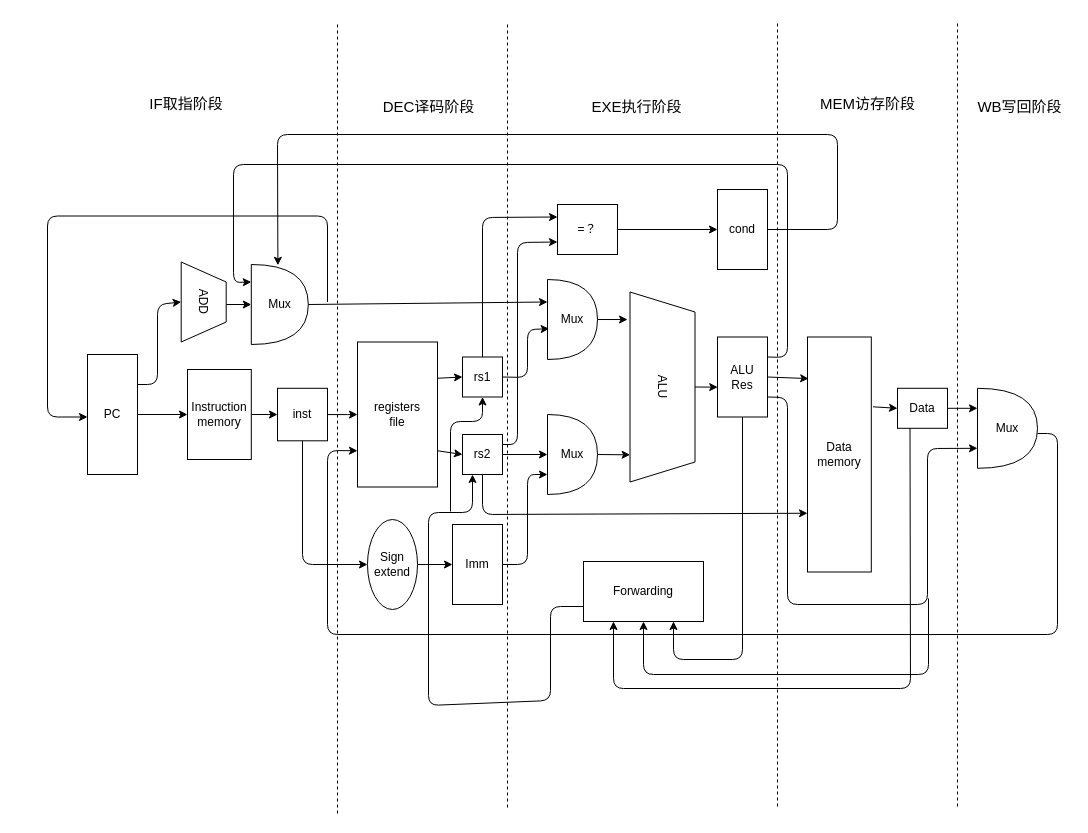
Earlier version of the draw.io diagram processor2.drawio (Ziyue-Zhang/thesis-picture). Source tidied: cells renumbered, new cells numbered last; positions are measured from the earlier drawing's top-left corner, leaving out a move shared by most shapes. Both pictures are drawn from the tidied source at 100%, with x=0, y=0 at pixel (47, 23).
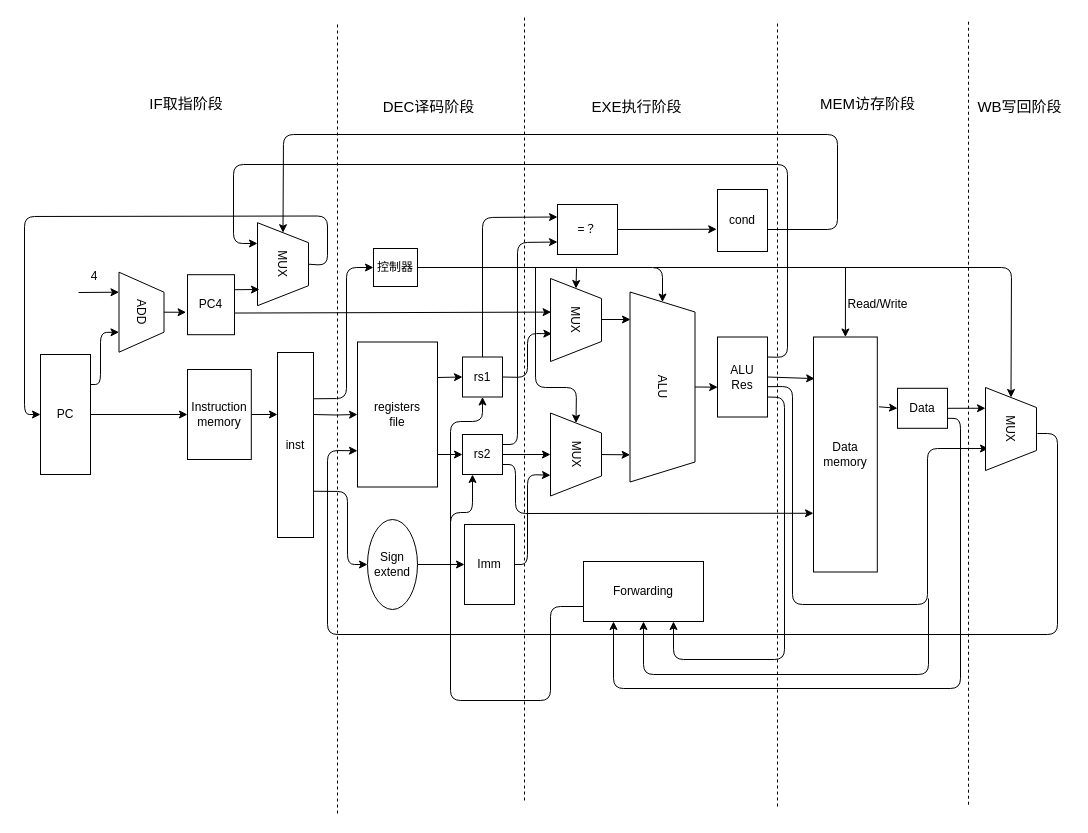
After the change.

Unchanged cells that the change refers to:
```xml
<mxCell id="5" value="Instruction&lt;br&gt;memory" style="rounded=0;whiteSpace=wrap;html=1;" parent="1" vertex="1">
  <mxGeometry x="140" y="346" width="63.8" height="90" as="geometry" />
</mxCell>
<mxCell id="8" value="registers&lt;br&gt;file" style="rounded=0;whiteSpace=wrap;html=1;" parent="1" vertex="1">
  <mxGeometry x="310" y="318.5" width="80" height="145" as="geometry" />
</mxCell>
<mxCell id="9" value="rs1" style="rounded=0;whiteSpace=wrap;html=1;" parent="1" vertex="1">
  <mxGeometry x="415" y="333.5" width="40" height="40" as="geometry" />
</mxCell>
<mxCell id="10" value="rs2" style="rounded=0;whiteSpace=wrap;html=1;" parent="1" vertex="1">
  <mxGeometry x="415" y="411" width="40" height="40" as="geometry" />
</mxCell>
<mxCell id="13" value="ALU" style="shape=trapezoid;perimeter=trapezoidPerimeter;whiteSpace=wrap;html=1;fixedSize=1;rotation=90;" parent="1" vertex="1">
  <mxGeometry x="520" y="331" width="190" height="65" as="geometry" />
</mxCell>
<mxCell id="14" value="=？" style="rounded=0;whiteSpace=wrap;html=1;" parent="1" vertex="1">
  <mxGeometry x="510" y="181" width="60" height="50" as="geometry" />
</mxCell>
<mxCell id="16" value="ALU&lt;br&gt;Res" style="rounded=0;whiteSpace=wrap;html=1;" parent="1" vertex="1">
  <mxGeometry x="670" y="313.5" width="50" height="80" as="geometry" />
</mxCell>
<mxCell id="18" value="Data" style="rounded=0;whiteSpace=wrap;html=1;" parent="1" vertex="1">
  <mxGeometry x="850" y="364.8" width="50" height="40" as="geometry" />
</mxCell>
<mxCell id="21" value="Sign&lt;br&gt;extend" style="ellipse;whiteSpace=wrap;html=1;" parent="1" vertex="1">
  <mxGeometry x="320" y="496" width="50" height="90" as="geometry" />
</mxCell>
<mxCell id="52" value="Forwarding" style="rounded=0;whiteSpace=wrap;html=1;" parent="1" vertex="1">
  <mxGeometry x="536" y="538" width="120" height="60" as="geometry" />
</mxCell>
```

Change to the diagram source:
```diff
@@
     <mxCell id="3" value="PC" style="rounded=0;whiteSpace=wrap;html=1;" parent="1" vertex="1">
-      <mxGeometry x="40" y="331" width="50" height="120" as="geometry" />
+      <mxGeometry x="-7" y="331" width="50" height="120" as="geometry" />
     </mxCell>
     <mxCell id="4" value="ADD" style="shape=trapezoid;perimeter=trapezoidPerimeter;whiteSpace=wrap;html=1;fixedSize=1;rotation=90;" parent="1" vertex="1">
-      <mxGeometry x="116.2" y="256" width="80" height="45" as="geometry" />
+      <mxGeometry x="54" y="266.2" width="80" height="45" as="geometry" />
     </mxCell>
@@
-    <mxCell id="6" style="edgeStyle=orthogonalEdgeStyle;rounded=0;jettySize=auto;html=1;exitX=1;exitY=0.5;exitDx=0;exitDy=0;" parent="1" edge="1" source="7" target="8">
-      <mxGeometry relative="1" as="geometry" />
+    <mxCell id="6" style="edgeStyle=orthogonalEdgeStyle;rounded=0;jettySize=auto;html=1;" parent="1" edge="1" target="8">
+      <mxGeometry relative="1" as="geometry">
+        <mxPoint x="266" y="391" as="sourcePoint" />
+      </mxGeometry>
     </mxCell>
     <mxCell id="7" value="inst" style="rounded=0;whiteSpace=wrap;html=1;" parent="1" vertex="1">
-      <mxGeometry x="230" y="364.8" width="50" height="52.5" as="geometry" />
+      <mxGeometry x="230" y="329" width="36" height="185" as="geometry" />
     </mxCell>
@@
-    <mxCell id="11" value="Mux" style="shape=or;whiteSpace=wrap;html=1;" parent="1" vertex="1">
-      <mxGeometry x="500" y="256" width="50" height="80" as="geometry" />
-    </mxCell>
-    <mxCell id="12" value="Mux" style="shape=or;whiteSpace=wrap;html=1;" parent="1" vertex="1">
-      <mxGeometry x="500" y="391" width="50" height="80" as="geometry" />
-    </mxCell>
@@
     <mxCell id="15" value="cond" style="rounded=0;whiteSpace=wrap;html=1;" parent="1" vertex="1">
-      <mxGeometry x="670" y="166" width="50" height="80" as="geometry" />
+      <mxGeometry x="670" y="166" width="50" height="62" as="geometry" />
     </mxCell>
@@
     <mxCell id="17" value="Data&lt;br&gt;memory" style="rounded=0;whiteSpace=wrap;html=1;" parent="1" vertex="1">
-      <mxGeometry x="760" y="313.5" width="63.8" height="235" as="geometry" />
+      <mxGeometry x="766" y="313.5" width="63.8" height="235" as="geometry" />
     </mxCell>
@@
-    <mxCell id="19" value="Mux" style="shape=or;whiteSpace=wrap;html=1;" parent="1" vertex="1">
-      <mxGeometry x="930" y="364.8" width="60" height="80" as="geometry" />
-    </mxCell>
     <mxCell id="20" value="Imm" style="rounded=0;whiteSpace=wrap;html=1;" parent="1" vertex="1">
-      <mxGeometry x="405" y="501" width="50" height="80" as="geometry" />
+      <mxGeometry x="417" y="501" width="50" height="80" as="geometry" />
     </mxCell>
@@
-    <mxCell id="22" style="endArrow=classic;html=1;exitX=0.5;exitY=1;exitDx=0;exitDy=0;entryX=0;entryY=0.5;entryDx=0;entryDy=0;" parent="1" edge="1" source="7" target="21">
+    <mxCell id="22" style="endArrow=classic;html=1;exitX=1;exitY=0.75;exitDx=0;exitDy=0;entryX=0;entryY=0.5;entryDx=0;entryDy=0;" parent="1" edge="1" source="7" target="21">
       <mxGeometry relative="1" as="geometry">
         <Array as="points">
-          <mxPoint x="255" y="541" />
+          <mxPoint x="300" y="468" />
+          <mxPoint x="300" y="541" />
         </Array>
       </mxGeometry>
     </mxCell>
-    <mxCell id="23" style="endArrow=classic;html=1;exitX=1;exitY=0.75;exitDx=0;exitDy=0;entryX=0;entryY=0.5;entryDx=0;entryDy=0;" parent="1" edge="1" source="8" target="10">
-      <mxGeometry relative="1" as="geometry" />
+    <mxCell id="23" style="endArrow=classic;html=1;entryX=0;entryY=0.5;entryDx=0;entryDy=0;" parent="1" edge="1" target="10">
+      <mxGeometry relative="1" as="geometry">
+        <mxPoint x="390" y="431" as="sourcePoint" />
+      </mxGeometry>
     </mxCell>
-    <mxCell id="24" style="endArrow=classic;html=1;entryX=0.5;entryY=1;entryDx=0;entryDy=0;exitX=1;exitY=0.25;exitDx=0;exitDy=0;" parent="1" edge="1" source="3" target="4">
+    <mxCell id="24" style="endArrow=classic;html=1;entryX=0.75;entryY=1;entryDx=0;entryDy=0;exitX=1;exitY=0.25;exitDx=0;exitDy=0;" parent="1" edge="1" source="3" target="4">
       <mxGeometry relative="1" as="geometry">
         <Array as="points">
-          <mxPoint x="110" y="361" />
-          <mxPoint x="110" y="281" />
+          <mxPoint x="53" y="361" />
+          <mxPoint x="53" y="309" />
         </Array>
       </mxGeometry>
     </mxCell>
-    <mxCell id="25" style="endArrow=classic;html=1;exitX=1;exitY=0.5;exitDx=0;exitDy=0;entryX=0;entryY=0.5;entryDx=0;entryDy=0;" parent="1" edge="1" source="5" target="7">
-      <mxGeometry relative="1" as="geometry" />
+    <mxCell id="25" style="endArrow=classic;html=1;exitX=1;exitY=0.5;exitDx=0;exitDy=0;" parent="1" edge="1" source="5">
+      <mxGeometry relative="1" as="geometry">
+        <mxPoint x="230" y="391" as="targetPoint" />
+      </mxGeometry>
     </mxCell>
-    <mxCell id="26" style="endArrow=classic;html=1;exitX=1;exitY=0.25;exitDx=0;exitDy=0;entryX=0;entryY=0.5;entryDx=0;entryDy=0;" parent="1" edge="1" source="8" target="9">
-      <mxGeometry relative="1" as="geometry" />
+    <mxCell id="26" style="endArrow=classic;html=1;entryX=0;entryY=0.5;entryDx=0;entryDy=0;" parent="1" edge="1" target="9">
+      <mxGeometry relative="1" as="geometry">
+        <mxPoint x="390" y="354" as="sourcePoint" />
+      </mxGeometry>
     </mxCell>
@@
-    <mxCell id="28" style="endArrow=classic;html=1;exitX=1;exitY=0.5;exitDx=0;exitDy=0;entryX=0;entryY=0.75;entryDx=0;entryDy=0;entryPerimeter=0;" parent="1" edge="1" source="20" target="12">
+    <mxCell id="28" style="endArrow=classic;html=1;exitX=1;exitY=0.5;exitDx=0;exitDy=0;entryX=0.75;entryY=1;entryDx=0;entryDy=0;" parent="1" edge="1" source="20" target="75">
       <mxGeometry relative="1" as="geometry">
         <Array as="points">
           <mxPoint x="480" y="541" />
           <mxPoint x="480" y="451" />
         </Array>
       </mxGeometry>
     </mxCell>
-    <mxCell id="29" style="endArrow=classic;html=1;exitX=1;exitY=0.5;exitDx=0;exitDy=0;entryX=0;entryY=0.5;entryDx=0;entryDy=0;entryPerimeter=0;" parent="1" edge="1" source="10" target="12">
+    <mxCell id="29" style="endArrow=classic;html=1;exitX=1;exitY=0.5;exitDx=0;exitDy=0;entryX=0.5;entryY=1;entryDx=0;entryDy=0;" parent="1" edge="1" source="10" target="75">
       <mxGeometry relative="1" as="geometry" />
     </mxCell>
-    <mxCell id="30" style="endArrow=classic;html=1;exitX=1;exitY=0.5;exitDx=0;exitDy=0;exitPerimeter=0;entryX=0.145;entryY=1.038;entryDx=0;entryDy=0;entryPerimeter=0;" parent="1" edge="1" source="11" target="13">
-      <mxGeometry relative="1" as="geometry" />
+    <mxCell id="30" style="endArrow=classic;html=1;exitX=1;exitY=0.5;exitDx=0;exitDy=0;exitPerimeter=0;" parent="1" edge="1">
+      <mxGeometry relative="1" as="geometry">
+        <mxPoint x="553" y="296" as="sourcePoint" />
+        <mxPoint x="583" y="296" as="targetPoint" />
+      </mxGeometry>
     </mxCell>
-    <mxCell id="31" style="endArrow=classic;html=1;exitX=1;exitY=0.5;exitDx=0;exitDy=0;exitPerimeter=0;entryX=0.857;entryY=0.998;entryDx=0;entryDy=0;entryPerimeter=0;" parent="1" edge="1" source="12" target="13">
-      <mxGeometry relative="1" as="geometry" />
+    <mxCell id="31" style="endArrow=classic;html=1;exitX=1;exitY=0.5;exitDx=0;exitDy=0;exitPerimeter=0;entryX=0.857;entryY=0.998;entryDx=0;entryDy=0;entryPerimeter=0;" parent="1" edge="1" target="13">
+      <mxGeometry relative="1" as="geometry">
+        <mxPoint x="550" y="431" as="sourcePoint" />
+      </mxGeometry>
     </mxCell>
-    <mxCell id="32" style="endArrow=classic;html=1;exitX=1;exitY=0.5;exitDx=0;exitDy=0;entryX=0.034;entryY=0.616;entryDx=0;entryDy=0;entryPerimeter=0;" parent="1" edge="1" source="9" target="11">
+    <mxCell id="32" style="endArrow=classic;html=1;exitX=1;exitY=0.5;exitDx=0;exitDy=0;entryX=0.665;entryY=0.973;entryDx=0;entryDy=0;entryPerimeter=0;" parent="1" edge="1" source="9" target="76">
       <mxGeometry relative="1" as="geometry">
         <Array as="points">
           <mxPoint x="480" y="354" />
-          <mxPoint x="480" y="306" />
+          <mxPoint x="480" y="310" />
         </Array>
       </mxGeometry>
     </mxCell>
@@
-    <mxCell id="34" style="endArrow=classic;html=1;entryX=0;entryY=0.5;entryDx=0;entryDy=0;exitX=1;exitY=0.5;exitDx=0;exitDy=0;" parent="1" edge="1" source="14" target="15">
+    <mxCell id="34" style="endArrow=classic;html=1;entryX=-0.016;entryY=0.641;entryDx=0;entryDy=0;exitX=1;exitY=0.5;exitDx=0;exitDy=0;entryPerimeter=0;" parent="1" edge="1" source="14" target="15">
       <mxGeometry relative="1" as="geometry" />
     </mxCell>
@@
-    <mxCell id="37" style="endArrow=classic;html=1;exitX=0.5;exitY=1;exitDx=0;exitDy=0;entryX=0;entryY=0.75;entryDx=0;entryDy=0;" parent="1" edge="1" source="10" target="17">
+    <mxCell id="37" style="endArrow=classic;html=1;entryX=0;entryY=0.75;entryDx=0;entryDy=0;exitX=1;exitY=0.75;exitDx=0;exitDy=0;" parent="1" edge="1" source="10" target="17">
       <mxGeometry relative="1" as="geometry">
         <Array as="points">
-          <mxPoint x="435" y="491" />
+          <mxPoint x="468" y="441" />
+          <mxPoint x="468" y="490" />
         </Array>
       </mxGeometry>
     </mxCell>
@@
-    <mxCell id="39" style="endArrow=classic;html=1;exitX=1;exitY=0.75;exitDx=0;exitDy=0;entryX=0;entryY=0.75;entryDx=0;entryDy=0;entryPerimeter=0;" parent="1" edge="1" source="16" target="19">
+    <mxCell id="39" style="endArrow=classic;html=1;exitX=0.992;exitY=0.621;exitDx=0;exitDy=0;exitPerimeter=0;" parent="1" edge="1" source="16">
       <mxGeometry relative="1" as="geometry">
+        <mxPoint x="941" y="425" as="targetPoint" />
         <Array as="points">
-          <mxPoint x="740" y="374" />
-          <mxPoint x="740" y="581" />
+          <mxPoint x="745" y="363" />
+          <mxPoint x="745" y="581" />
           <mxPoint x="880" y="581" />
           <mxPoint x="880" y="425" />
         </Array>
       </mxGeometry>
     </mxCell>
@@
-    <mxCell id="41" style="endArrow=classic;html=1;exitX=1;exitY=0.5;exitDx=0;exitDy=0;entryX=0;entryY=0.25;entryDx=0;entryDy=0;entryPerimeter=0;" parent="1" edge="1" source="18" target="19">
+    <mxCell id="41" style="endArrow=classic;html=1;exitX=1;exitY=0.5;exitDx=0;exitDy=0;entryX=0.25;entryY=1;entryDx=0;entryDy=0;" parent="1" edge="1" source="18" target="74">
       <mxGeometry relative="1" as="geometry" />
     </mxCell>
@@
     <mxCell id="44" style="endArrow=none;dashed=1;html=1;" parent="1" edge="1">
       <mxGeometry relative="1" as="geometry">
-        <mxPoint x="460" y="1" as="sourcePoint" />
-        <mxPoint x="460" y="786.6" as="targetPoint" />
+        <mxPoint x="477" y="-6" as="sourcePoint" />
+        <mxPoint x="477" y="779.6" as="targetPoint" />
       </mxGeometry>
     </mxCell>
@@
     <mxCell id="46" style="endArrow=none;dashed=1;html=1;" parent="1" edge="1">
       <mxGeometry relative="1" as="geometry">
-        <mxPoint x="910" as="sourcePoint" />
-        <mxPoint x="910" y="785.6" as="targetPoint" />
+        <mxPoint x="921" y="-1.8" as="sourcePoint" />
+        <mxPoint x="921" y="783.8" as="targetPoint" />
       </mxGeometry>
     </mxCell>
@@
-    <mxCell id="54" style="endArrow=classic;html=1;entryX=0.25;entryY=1;entryDx=0;entryDy=0;exitX=0.25;exitY=1;exitDx=0;exitDy=0;" parent="1" edge="1" source="18" target="52">
+    <mxCell id="54" style="endArrow=classic;html=1;entryX=0.25;entryY=1;entryDx=0;entryDy=0;exitX=1;exitY=0.75;exitDx=0;exitDy=0;" parent="1" edge="1" source="18" target="52">
       <mxGeometry relative="1" as="geometry">
         <Array as="points">
-          <mxPoint x="863" y="665" />
+          <mxPoint x="913" y="395" />
+          <mxPoint x="913" y="665" />
           <mxPoint x="566" y="665" />
         </Array>
       </mxGeometry>
     </mxCell>
-    <mxCell id="55" style="endArrow=classic;html=1;entryX=0.75;entryY=1;entryDx=0;entryDy=0;exitX=0.5;exitY=1;exitDx=0;exitDy=0;" parent="1" edge="1" source="16" target="52">
+    <mxCell id="55" style="endArrow=classic;html=1;entryX=0.75;entryY=1;entryDx=0;entryDy=0;exitX=1;exitY=0.75;exitDx=0;exitDy=0;" parent="1" edge="1" source="16" target="52">
       <mxGeometry relative="1" as="geometry">
         <Array as="points">
-          <mxPoint x="695" y="636" />
+          <mxPoint x="737" y="374" />
+          <mxPoint x="737" y="636" />
           <mxPoint x="626" y="636" />
         </Array>
       </mxGeometry>
     </mxCell>
     <mxCell id="56" style="endArrow=classic;html=1;exitX=0;exitY=0.75;exitDx=0;exitDy=0;entryX=0.25;entryY=1;entryDx=0;entryDy=0;" parent="1" edge="1" source="52" target="10">
       <mxGeometry relative="1" as="geometry">
         <Array as="points">
           <mxPoint x="503" y="583" />
           <mxPoint x="503" y="677" />
-          <mxPoint x="381" y="682" />
-          <mxPoint x="381" y="489" />
+          <mxPoint x="403" y="677" />
+          <mxPoint x="403" y="489" />
           <mxPoint x="425" y="489" />
         </Array>
       </mxGeometry>
     </mxCell>
     <mxCell id="57" style="endArrow=classic;html=1;entryX=0.5;entryY=1;entryDx=0;entryDy=0;" parent="1" edge="1" target="9">
       <mxGeometry relative="1" as="geometry">
-        <mxPoint x="403" y="488" as="sourcePoint" />
+        <mxPoint x="403" y="499" as="sourcePoint" />
         <Array as="points">
           <mxPoint x="403" y="398" />
           <mxPoint x="435" y="398" />
         </Array>
       </mxGeometry>
     </mxCell>
-    <mxCell id="58" value="Mux" style="shape=or;whiteSpace=wrap;html=1;" parent="1" vertex="1">
-      <mxGeometry x="203.8" y="241" width="57" height="80" as="geometry" />
-    </mxCell>
-    <mxCell id="59" style="endArrow=classic;html=1;exitX=0.5;exitY=0;exitDx=0;exitDy=0;entryX=0;entryY=0.5;entryDx=0;entryDy=0;entryPerimeter=0;" parent="1" edge="1" target="58">
-      <mxGeometry relative="1" as="geometry">
-        <mxPoint x="178.8" y="281" as="sourcePoint" />
-      </mxGeometry>
-    </mxCell>
-    <mxCell id="60" style="endArrow=classic;html=1;exitX=1;exitY=0.5;exitDx=0;exitDy=0;entryX=0;entryY=0.25;entryDx=0;entryDy=0;entryPerimeter=0;exitPerimeter=0;" parent="1" edge="1" source="58">
-      <mxGeometry relative="1" as="geometry">
-        <mxPoint x="500" y="278.5" as="targetPoint" />
-      </mxGeometry>
-    </mxCell>
-    <mxCell id="61" style="endArrow=classic;html=1;entryX=0;entryY=0.5;entryDx=0;entryDy=0;" parent="1" edge="1">
+    <mxCell id="61" style="endArrow=classic;html=1;entryX=0;entryY=0.5;entryDx=0;entryDy=0;exitX=0.5;exitY=0;exitDx=0;exitDy=0;" parent="1" edge="1" source="64" target="3">
       <mxGeometry relative="1" as="geometry">
-        <mxPoint x="280" y="278.5" as="sourcePoint" />
-        <mxPoint x="40" y="393.5" as="targetPoint" />
         <Array as="points">
+          <mxPoint x="280" y="242" />
           <mxPoint x="280" y="192.5" />
-          <mxPoint y="192.5" />
-          <mxPoint y="393.5" />
+          <mxPoint x="-23" y="193" />
+          <mxPoint x="-23" y="391" />
         </Array>
       </mxGeometry>
     </mxCell>
-    <mxCell id="62" style="endArrow=classic;html=1;exitX=1;exitY=0.5;exitDx=0;exitDy=0;entryX=0.468;entryY=0.041;entryDx=0;entryDy=0;entryPerimeter=0;" parent="1" edge="1">
+    <mxCell id="62" style="endArrow=classic;html=1;exitX=1;exitY=0.5;exitDx=0;exitDy=0;entryX=0;entryY=0.5;entryDx=0;entryDy=0;" parent="1" edge="1" target="64">
       <mxGeometry relative="1" as="geometry">
         <mxPoint x="720" y="206" as="sourcePoint" />
-        <mxPoint x="230.4" y="241.8" as="targetPoint" />
         <Array as="points">
           <mxPoint x="790" y="206" />
           <mxPoint x="790" y="111" />
-          <mxPoint x="230" y="111" />
+          <mxPoint x="236" y="111" />
         </Array>
       </mxGeometry>
     </mxCell>
-    <mxCell id="63" style="endArrow=classic;html=1;exitX=1;exitY=0.25;exitDx=0;exitDy=0;entryX=0;entryY=0.25;entryDx=0;entryDy=0;entryPerimeter=0;" parent="1" edge="1">
+    <mxCell id="63" style="endArrow=classic;html=1;exitX=1;exitY=0.25;exitDx=0;exitDy=0;entryX=0.25;entryY=1;entryDx=0;entryDy=0;" parent="1" edge="1" target="64">
       <mxGeometry relative="1" as="geometry">
         <mxPoint x="720" y="333.5" as="sourcePoint" />
-        <mxPoint x="203.8" y="258.5" as="targetPoint" />
         <Array as="points">
           <mxPoint x="740" y="334" />
           <mxPoint x="740" y="141" />
           <mxPoint x="186" y="141" />
-          <mxPoint x="186" y="259" />
+          <mxPoint x="186" y="220" />
         </Array>
       </mxGeometry>
     </mxCell>
+    <mxCell id="64" value="MUX" style="shape=trapezoid;perimeter=trapezoidPerimeter;whiteSpace=wrap;html=1;fixedSize=1;rotation=90;direction=east;" parent="1" vertex="1">
+      <mxGeometry x="194" y="215.2" width="83" height="51" as="geometry" />
+    </mxCell>
+    <mxCell id="65" value="PC4" style="rounded=0;whiteSpace=wrap;html=1;" parent="1" vertex="1">
+      <mxGeometry x="140" y="251.2" width="47" height="60" as="geometry" />
+    </mxCell>
+    <mxCell id="66" style="endArrow=classic;html=1;entryX=0.405;entryY=0.988;entryDx=0;entryDy=0;entryPerimeter=0;exitX=0.996;exitY=0.639;exitDx=0;exitDy=0;exitPerimeter=0;" parent="1" edge="1" source="65" target="76">
+      <mxGeometry relative="1" as="geometry" />
+    </mxCell>
+    <mxCell id="67" style="endArrow=classic;html=1;exitX=0.5;exitY=0;exitDx=0;exitDy=0;entryX=-0.03;entryY=0.626;entryDx=0;entryDy=0;entryPerimeter=0;" parent="1" edge="1" source="4" target="65">
+      <mxGeometry relative="1" as="geometry" />
+    </mxCell>
+    <mxCell id="68" style="endArrow=classic;html=1;entryX=0.25;entryY=1;entryDx=0;entryDy=0;" parent="1" edge="1" target="4">
+      <mxGeometry relative="1" as="geometry">
+        <mxPoint x="31" y="269" as="sourcePoint" />
+      </mxGeometry>
+    </mxCell>
+    <mxCell id="69" value="4" style="text;html=1;strokeColor=none;fillColor=none;align=center;verticalAlign=middle;whiteSpace=wrap;rounded=0;" parent="1" vertex="1">
+      <mxGeometry x="27" y="243" width="40" height="20" as="geometry" />
+    </mxCell>
+    <mxCell id="70" style="endArrow=classic;html=1;exitX=1;exitY=0.25;exitDx=0;exitDy=0;" parent="1" edge="1" source="65">
+      <mxGeometry relative="1" as="geometry">
+        <mxPoint x="212" y="266" as="targetPoint" />
+      </mxGeometry>
+    </mxCell>
+    <mxCell id="71" value="控制器" style="rounded=0;whiteSpace=wrap;html=1;" parent="1" vertex="1">
+      <mxGeometry x="326" y="225" width="44" height="38" as="geometry" />
+    </mxCell>
+    <mxCell id="72" style="endArrow=classic;html=1;exitX=1;exitY=0.25;exitDx=0;exitDy=0;entryX=0;entryY=0.5;entryDx=0;entryDy=0;" parent="1" edge="1" source="7" target="71">
+      <mxGeometry relative="1" as="geometry">
+        <Array as="points">
+          <mxPoint x="299" y="375" />
+          <mxPoint x="299" y="244" />
+        </Array>
+      </mxGeometry>
+    </mxCell>
+    <mxCell id="73" style="endArrow=classic;html=1;exitX=1;exitY=0.5;exitDx=0;exitDy=0;entryX=0;entryY=0.5;entryDx=0;entryDy=0;" parent="1" edge="1" source="71" target="13">
+      <mxGeometry relative="1" as="geometry">
+        <Array as="points">
+          <mxPoint x="615" y="244" />
+        </Array>
+      </mxGeometry>
+    </mxCell>
+    <mxCell id="74" value="MUX" style="shape=trapezoid;perimeter=trapezoidPerimeter;whiteSpace=wrap;html=1;fixedSize=1;rotation=90;direction=east;" parent="1" vertex="1">
+      <mxGeometry x="922" y="380" width="83" height="51" as="geometry" />
+    </mxCell>
+    <mxCell id="75" value="MUX" style="shape=trapezoid;perimeter=trapezoidPerimeter;whiteSpace=wrap;html=1;fixedSize=1;rotation=90;direction=east;" parent="1" vertex="1">
+      <mxGeometry x="487" y="405.5" width="83" height="51" as="geometry" />
+    </mxCell>
+    <mxCell id="76" value="MUX" style="shape=trapezoid;perimeter=trapezoidPerimeter;whiteSpace=wrap;html=1;fixedSize=1;rotation=90;direction=east;" parent="1" vertex="1">
+      <mxGeometry x="487" y="271" width="83" height="51" as="geometry" />
+    </mxCell>
+    <mxCell id="77" style="endArrow=classic;html=1;entryX=0;entryY=0.5;entryDx=0;entryDy=0;" parent="1" edge="1" target="76">
+      <mxGeometry relative="1" as="geometry">
+        <mxPoint x="529" y="245" as="sourcePoint" />
+      </mxGeometry>
+    </mxCell>
+    <mxCell id="78" style="endArrow=classic;html=1;entryX=0;entryY=0.5;entryDx=0;entryDy=0;" parent="1" edge="1" target="75">
+      <mxGeometry relative="1" as="geometry">
+        <mxPoint x="488" y="244" as="sourcePoint" />
+        <Array as="points">
+          <mxPoint x="488" y="364" />
+          <mxPoint x="529" y="364" />
+        </Array>
+      </mxGeometry>
+    </mxCell>
+    <mxCell id="79" style="endArrow=classic;html=1;entryX=0;entryY=0.5;entryDx=0;entryDy=0;" parent="1" edge="1" target="74">
+      <mxGeometry relative="1" as="geometry">
+        <mxPoint x="606" y="244" as="sourcePoint" />
+        <Array as="points">
+          <mxPoint x="964" y="244" />
+        </Array>
+      </mxGeometry>
+    </mxCell>
+    <mxCell id="80" style="endArrow=classic;html=1;entryX=0.5;entryY=0;entryDx=0;entryDy=0;" parent="1" edge="1" target="17">
+      <mxGeometry relative="1" as="geometry">
+        <mxPoint x="798" y="244" as="sourcePoint" />
+      </mxGeometry>
+    </mxCell>
+    <mxCell id="81" value="Read/Write" style="text;html=1;strokeColor=none;fillColor=none;align=center;verticalAlign=middle;whiteSpace=wrap;rounded=0;" parent="1" vertex="1">
+      <mxGeometry x="799" y="271.2" width="63" height="20" as="geometry" />
+    </mxCell>
```
